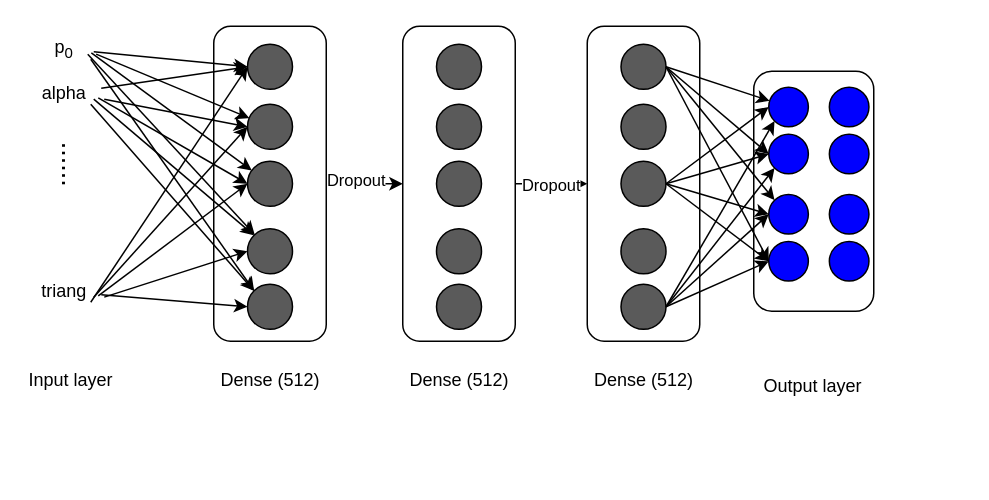
Above: vmomnn.drawio in jiaxing-liu/flowchart (draw.io), before the change. Source tidied: cells renumbered, new cells numbered last; positions are measured from the earlier drawing's top-left corner, leaving out a move shared by most shapes. Both pictures are drawn from the tidied source at 150%, with x=0, y=0 at pixel (26, 26).
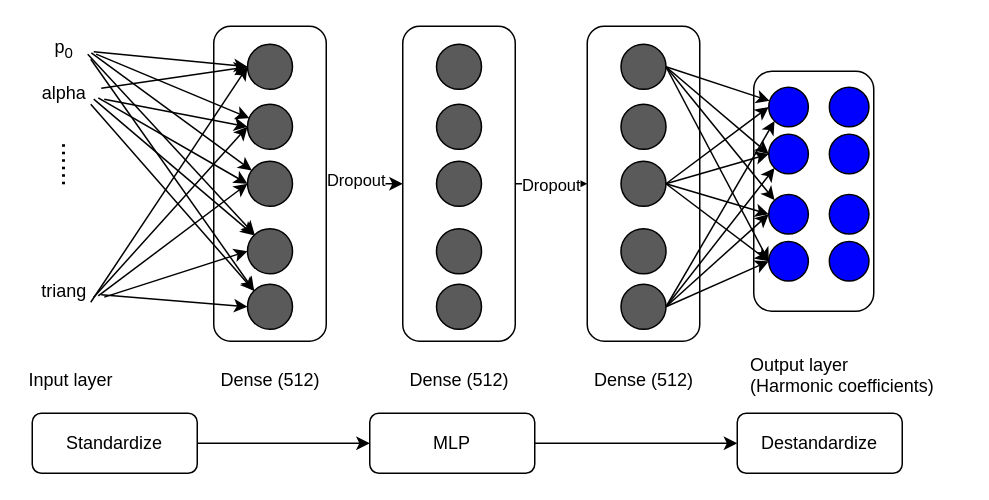
Above is the later version.

What changed in the source:
```diff
@@
     <mxCell id="50" style="group;" parent="1" vertex="1">
-      <mxGeometry x="485" y="30" width="80" height="222" as="geometry" />
+      <mxGeometry x="485" y="30" width="140" height="222" as="geometry" />
     </mxCell>
@@
-    <mxCell id="52" value="Output layer" style="text;whiteSpace=wrap;html=1;" parent="50" vertex="1">
-      <mxGeometry x="5.3" y="195.6" width="74.7" height="26.4" as="geometry" />
+    <mxCell id="52" value="&lt;div&gt;Output layer&lt;/div&gt;&lt;div&gt;(Harmonic coefficients)&lt;/div&gt;" style="text;whiteSpace=wrap;html=1;" parent="50" vertex="1">
+      <mxGeometry x="-3.7" y="182" width="134.7" height="26.4" as="geometry" />
     </mxCell>
@@
+    <mxCell id="73" style="edgeStyle=orthogonalEdgeStyle;rounded=0;jettySize=auto;html=1;" parent="1" edge="1" source="74" target="76">
+      <mxGeometry relative="1" as="geometry" />
+    </mxCell>
+    <mxCell id="74" value="Standardize" style="rounded=1;whiteSpace=wrap;html=1;" parent="1" vertex="1">
+      <mxGeometry x="4" y="258" width="110" height="40" as="geometry" />
+    </mxCell>
+    <mxCell id="75" style="edgeStyle=orthogonalEdgeStyle;rounded=0;jettySize=auto;html=1;" parent="1" edge="1" source="76" target="77">
+      <mxGeometry relative="1" as="geometry" />
+    </mxCell>
+    <mxCell id="76" value="MLP" style="rounded=1;whiteSpace=wrap;html=1;" parent="1" vertex="1">
+      <mxGeometry x="229" y="258" width="110" height="40" as="geometry" />
+    </mxCell>
+    <mxCell id="77" value="Destandardize" style="rounded=1;whiteSpace=wrap;html=1;" parent="1" vertex="1">
+      <mxGeometry x="474" y="258" width="110" height="40" as="geometry" />
+    </mxCell>
```
